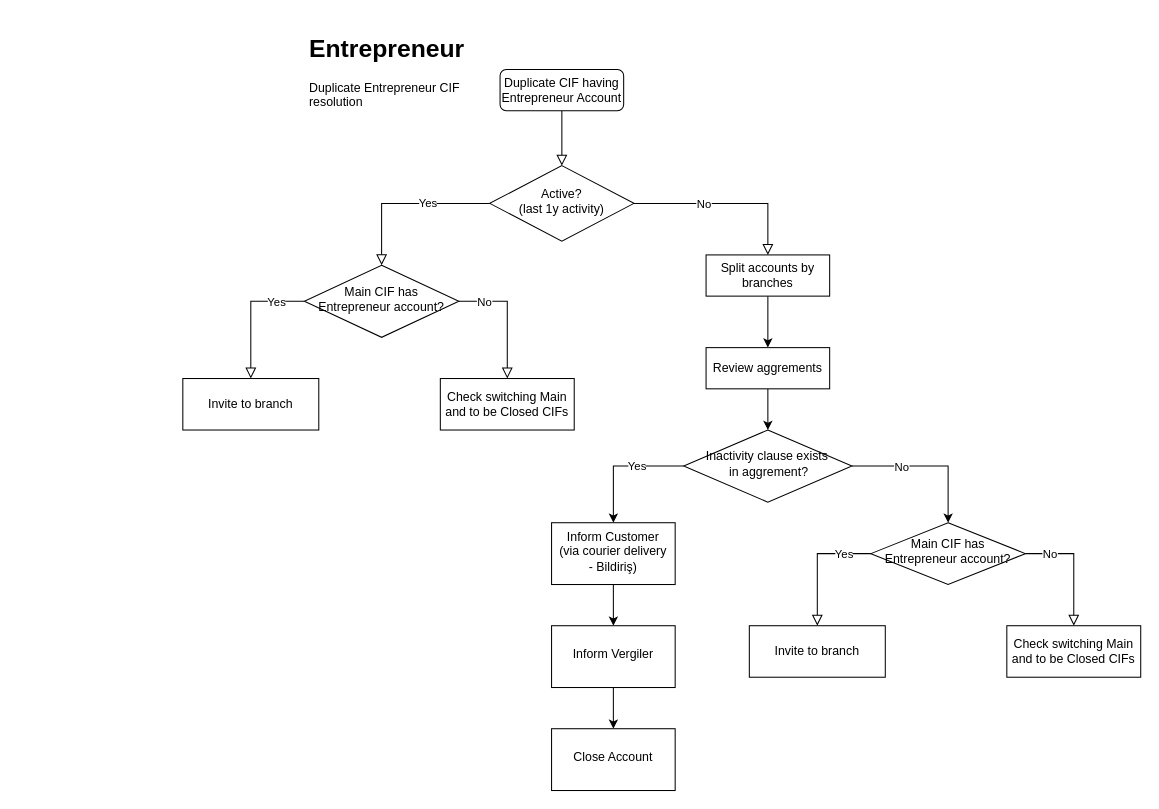
Sarkhan999/Diagrams keeps this draw.io diagram as Entrepreneur Dup.drawio. Above is the earlier version. Source tidied: cells renumbered, new cells numbered last; positions are measured from the earlier drawing's top-left corner, leaving out a move shared by most shapes. Both pictures are drawn from the tidied source at 103%, with x=0, y=0 at pixel (182, 28).
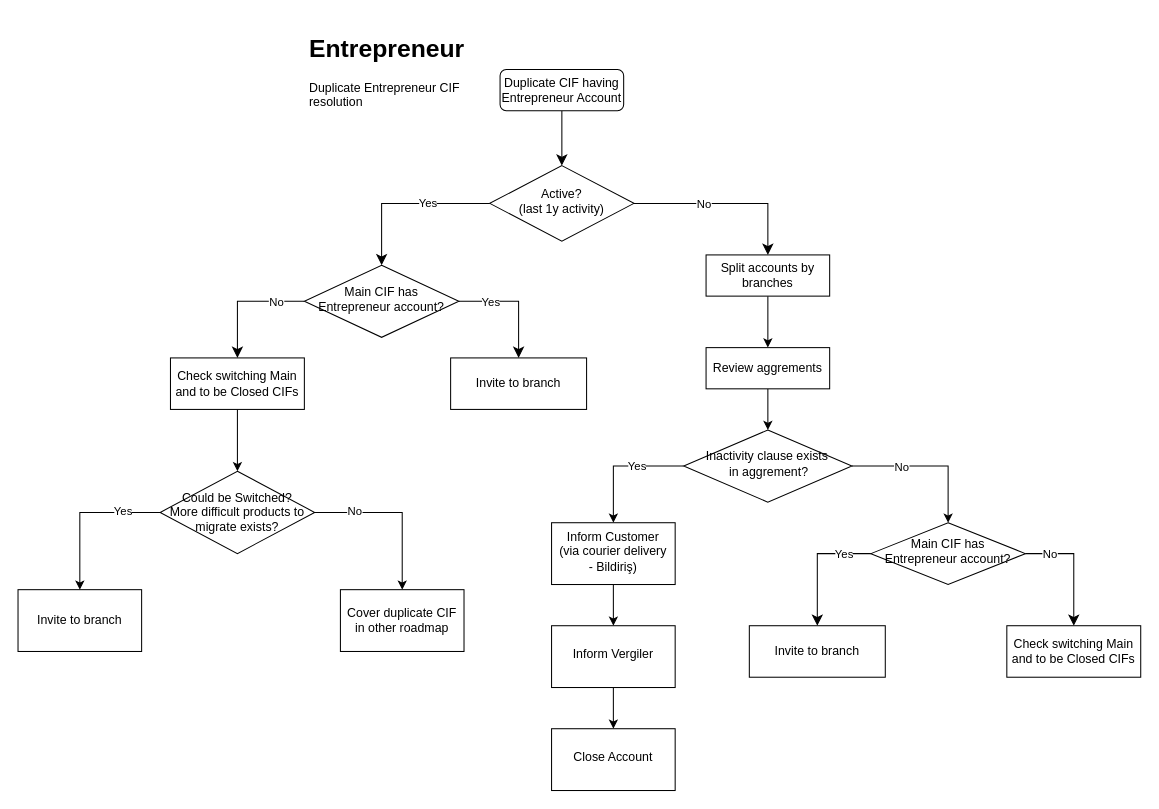
The same page after the edit.

Commit message:
Added details into Active, Main Cif Has entrepreneur Account

The change refers to these unchanged cells:
```xml
<mxCell id="3" value="Duplicate CIF having Entrepreneur Account" style="rounded=1;whiteSpace=wrap;html=1;fontSize=12;glass=0;strokeWidth=1;shadow=0;" parent="1" vertex="1">
  <mxGeometry x="308" y="40" width="120" height="40" as="geometry" />
</mxCell>
<mxCell id="8" value="Active? &lt;br&gt;(last 1y activity)" style="rhombus;whiteSpace=wrap;html=1;shadow=0;fontFamily=Helvetica;fontSize=12;align=center;strokeWidth=1;spacing=6;spacingTop=-4;" parent="1" vertex="1">
  <mxGeometry x="298" y="133.3" width="140" height="73.3" as="geometry" />
</mxCell>
<mxCell id="10" value="Split accounts by branches" style="rounded=0;whiteSpace=wrap;html=1;fontSize=12;glass=0;strokeWidth=1;shadow=0;" parent="1" vertex="1">
  <mxGeometry x="508" y="220" width="120" height="40" as="geometry" />
</mxCell>
<mxCell id="15" value="Main CIF has &lt;br&gt;Entrepreneur account?" style="rhombus;whiteSpace=wrap;html=1;shadow=0;fontFamily=Helvetica;fontSize=12;align=center;strokeWidth=1;spacing=6;spacingTop=-4;" parent="1" vertex="1">
  <mxGeometry x="118" y="230" width="150" height="70" as="geometry" />
</mxCell>
<mxCell id="35" value="Main CIF has &lt;br&gt;Entrepreneur account?" style="rhombus;whiteSpace=wrap;html=1;shadow=0;fontFamily=Helvetica;fontSize=12;align=center;strokeWidth=1;spacing=6;spacingTop=-4;" parent="1" vertex="1">
  <mxGeometry x="668" y="480" width="150" height="60" as="geometry" />
</mxCell>
<mxCell id="36" value="Check switching Main and to be Closed CIFs" style="rounded=0;whiteSpace=wrap;html=1;fontSize=12;glass=0;strokeWidth=1;shadow=0;" parent="1" vertex="1">
  <mxGeometry x="800" y="580" width="130" height="50" as="geometry" />
</mxCell>
<mxCell id="37" value="Invite to branch" style="rounded=0;whiteSpace=wrap;html=1;fontSize=12;glass=0;strokeWidth=1;shadow=0;" parent="1" vertex="1">
  <mxGeometry x="550" y="580" width="132" height="50" as="geometry" />
</mxCell>
```

The edit, as a diff of the source:
```diff
@@
-    <mxCell id="2" style="rounded=0;html=1;jettySize=auto;fontSize=11;endArrow=block;endFill=0;endSize=8;strokeWidth=1;shadow=0;labelBackgroundColor=none;edgeStyle=orthogonalEdgeStyle;" parent="1" edge="1" source="3" target="8">
+    <mxCell id="2" style="rounded=0;html=1;jettySize=auto;fontSize=11;endArrow=classic;endFill=1;endSize=8;strokeWidth=1;shadow=0;labelBackgroundColor=none;edgeStyle=orthogonalEdgeStyle;" parent="1" edge="1" source="3" target="8">
       <mxGeometry relative="1" as="geometry" />
     </mxCell>
@@
-    <mxCell id="4" style="rounded=0;html=1;jettySize=auto;fontSize=11;endArrow=block;endFill=0;endSize=8;strokeWidth=1;shadow=0;labelBackgroundColor=none;edgeStyle=orthogonalEdgeStyle;" parent="1" edge="1" source="8" target="15">
+    <mxCell id="4" style="rounded=0;html=1;jettySize=auto;fontSize=11;endArrow=classic;endFill=1;endSize=8;strokeWidth=1;shadow=0;labelBackgroundColor=none;edgeStyle=orthogonalEdgeStyle;" parent="1" edge="1" source="8" target="15">
       <mxGeometry y="20" relative="1" as="geometry" />
     </mxCell>
@@
-    <mxCell id="6" style="edgeStyle=orthogonalEdgeStyle;rounded=0;jettySize=auto;endArrow=block;endFill=0;endSize=8;strokeWidth=1;shadow=0;align=center;labelPosition=center;verticalLabelPosition=middle;verticalAlign=middle;" parent="1" edge="1" source="8" target="10">
+    <mxCell id="6" style="edgeStyle=orthogonalEdgeStyle;rounded=0;jettySize=auto;endArrow=classic;endFill=1;endSize=8;strokeWidth=1;shadow=0;align=center;labelPosition=center;verticalLabelPosition=middle;verticalAlign=middle;" parent="1" edge="1" source="8" target="10">
       <mxGeometry x="-0.2" y="20" relative="1" as="geometry" />
     </mxCell>
@@
-    <mxCell id="11" style="rounded=0;html=1;jettySize=auto;fontSize=11;endArrow=block;endFill=0;endSize=8;strokeWidth=1;shadow=0;labelBackgroundColor=none;edgeStyle=orthogonalEdgeStyle;exitX=1;exitY=0.5;exitDx=0;exitDy=0;" parent="1" edge="1" source="15" target="16">
+    <mxCell id="11" style="rounded=0;html=1;jettySize=auto;fontSize=11;endArrow=classic;endFill=1;endSize=8;strokeWidth=1;shadow=0;labelBackgroundColor=none;edgeStyle=orthogonalEdgeStyle;exitX=0;exitY=0.5;exitDx=0;exitDy=0;" parent="1" edge="1" source="15" target="16">
       <mxGeometry x="0.33" y="20" relative="1" as="geometry" />
     </mxCell>
     <mxCell id="12" value="No" style="edgeLabel;html=1;align=center;verticalAlign=middle;" parent="11" vertex="1">
-      <mxGeometry x="-0.61" relative="1" as="geometry" />
+      <mxGeometry x="-0.61" relative="1" as="geometry">
+        <mxPoint x="-5" as="offset" />
+      </mxGeometry>
     </mxCell>
-    <mxCell id="13" style="edgeStyle=orthogonalEdgeStyle;rounded=0;html=1;jettySize=auto;fontSize=11;endArrow=block;endFill=0;endSize=8;strokeWidth=1;shadow=0;labelBackgroundColor=none;exitX=0;exitY=0.5;exitDx=0;exitDy=0;" parent="1" edge="1" source="15" target="17">
+    <mxCell id="13" style="edgeStyle=orthogonalEdgeStyle;rounded=0;html=1;jettySize=auto;fontSize=11;endArrow=classic;endFill=1;endSize=8;strokeWidth=1;shadow=0;labelBackgroundColor=none;exitX=1;exitY=0.5;exitDx=0;exitDy=0;" parent="1" edge="1" source="15" target="17">
       <mxGeometry y="10" relative="1" as="geometry" />
     </mxCell>
     <mxCell id="14" value="Yes" style="edgeLabel;html=1;align=center;verticalAlign=middle;" parent="13" vertex="1">
       <mxGeometry x="-0.41" y="2" relative="1" as="geometry">
-        <mxPoint x="9" y="-2" as="offset" />
+        <mxPoint x="-3" y="2" as="offset" />
       </mxGeometry>
     </mxCell>
@@
+    <mxCell id="38" style="edgeStyle=orthogonalEdgeStyle;rounded=0;jettySize=auto;html=1;" parent="1" edge="1" source="16" target="43">
+      <mxGeometry relative="1" as="geometry" />
+    </mxCell>
     <mxCell id="16" value="Check switching Main and to be Closed CIFs" style="rounded=0;whiteSpace=wrap;html=1;fontSize=12;glass=0;strokeWidth=1;shadow=0;" parent="1" vertex="1">
-      <mxGeometry x="250" y="340" width="130" height="50" as="geometry" />
+      <mxGeometry x="-12" y="320" width="130" height="50" as="geometry" />
     </mxCell>
     <mxCell id="17" value="Invite to branch" style="rounded=0;whiteSpace=wrap;html=1;fontSize=12;glass=0;strokeWidth=1;shadow=0;" parent="1" vertex="1">
-      <mxGeometry y="340" width="132" height="50" as="geometry" />
+      <mxGeometry x="260" y="320" width="132" height="50" as="geometry" />
     </mxCell>
@@
-    <mxCell id="31" style="rounded=0;html=1;jettySize=auto;fontSize=11;endArrow=block;endFill=0;endSize=8;strokeWidth=1;shadow=0;labelBackgroundColor=none;edgeStyle=orthogonalEdgeStyle;exitX=1;exitY=0.5;exitDx=0;exitDy=0;" parent="1" edge="1" source="35" target="36">
+    <mxCell id="31" style="rounded=0;html=1;jettySize=auto;fontSize=11;endArrow=classic;endFill=1;endSize=8;strokeWidth=1;shadow=0;labelBackgroundColor=none;edgeStyle=orthogonalEdgeStyle;exitX=1;exitY=0.5;exitDx=0;exitDy=0;" parent="1" edge="1" source="35" target="36">
       <mxGeometry x="0.33" y="20" relative="1" as="geometry" />
     </mxCell>
@@
-    <mxCell id="33" style="edgeStyle=orthogonalEdgeStyle;rounded=0;html=1;jettySize=auto;fontSize=11;endArrow=block;endFill=0;endSize=8;strokeWidth=1;shadow=0;labelBackgroundColor=none;exitX=0;exitY=0.5;exitDx=0;exitDy=0;" parent="1" edge="1" source="35" target="37">
+    <mxCell id="33" style="edgeStyle=orthogonalEdgeStyle;rounded=0;html=1;jettySize=auto;fontSize=11;endArrow=classic;endFill=1;endSize=8;strokeWidth=1;shadow=0;labelBackgroundColor=none;exitX=0;exitY=0.5;exitDx=0;exitDy=0;" parent="1" edge="1" source="35" target="37">
       <mxGeometry y="10" relative="1" as="geometry" />
     </mxCell>
@@
+    <mxCell id="39" style="edgeStyle=orthogonalEdgeStyle;rounded=0;jettySize=auto;html=1;" parent="1" edge="1" source="43" target="44">
+      <mxGeometry relative="1" as="geometry" />
+    </mxCell>
+    <mxCell id="40" value="Yes" style="edgeLabel;html=1;align=center;verticalAlign=middle;" parent="39" vertex="1">
+      <mxGeometry x="-0.52" y="-2" relative="1" as="geometry" />
+    </mxCell>
+    <mxCell id="41" style="edgeStyle=orthogonalEdgeStyle;rounded=0;jettySize=auto;html=1;" parent="1" edge="1" source="43" target="45">
+      <mxGeometry relative="1" as="geometry" />
+    </mxCell>
+    <mxCell id="42" value="No" style="edgeLabel;html=1;align=center;verticalAlign=middle;" parent="41" vertex="1">
+      <mxGeometry x="-0.52" y="2" relative="1" as="geometry" />
+    </mxCell>
+    <mxCell id="43" value="Could be Switched?&lt;br&gt;More difficult products to migrate exists?" style="rhombus;whiteSpace=wrap;html=1;" parent="1" vertex="1">
+      <mxGeometry x="-22" y="430" width="150" height="80" as="geometry" />
+    </mxCell>
+    <mxCell id="44" value="Invite to branch" style="whiteSpace=wrap;html=1;" parent="1" vertex="1">
+      <mxGeometry x="-160" y="545" width="120" height="60" as="geometry" />
+    </mxCell>
+    <mxCell id="45" value="Cover duplicate CIF in other roadmap" style="whiteSpace=wrap;html=1;" parent="1" vertex="1">
+      <mxGeometry x="153" y="545" width="120" height="60" as="geometry" />
+    </mxCell>
```
